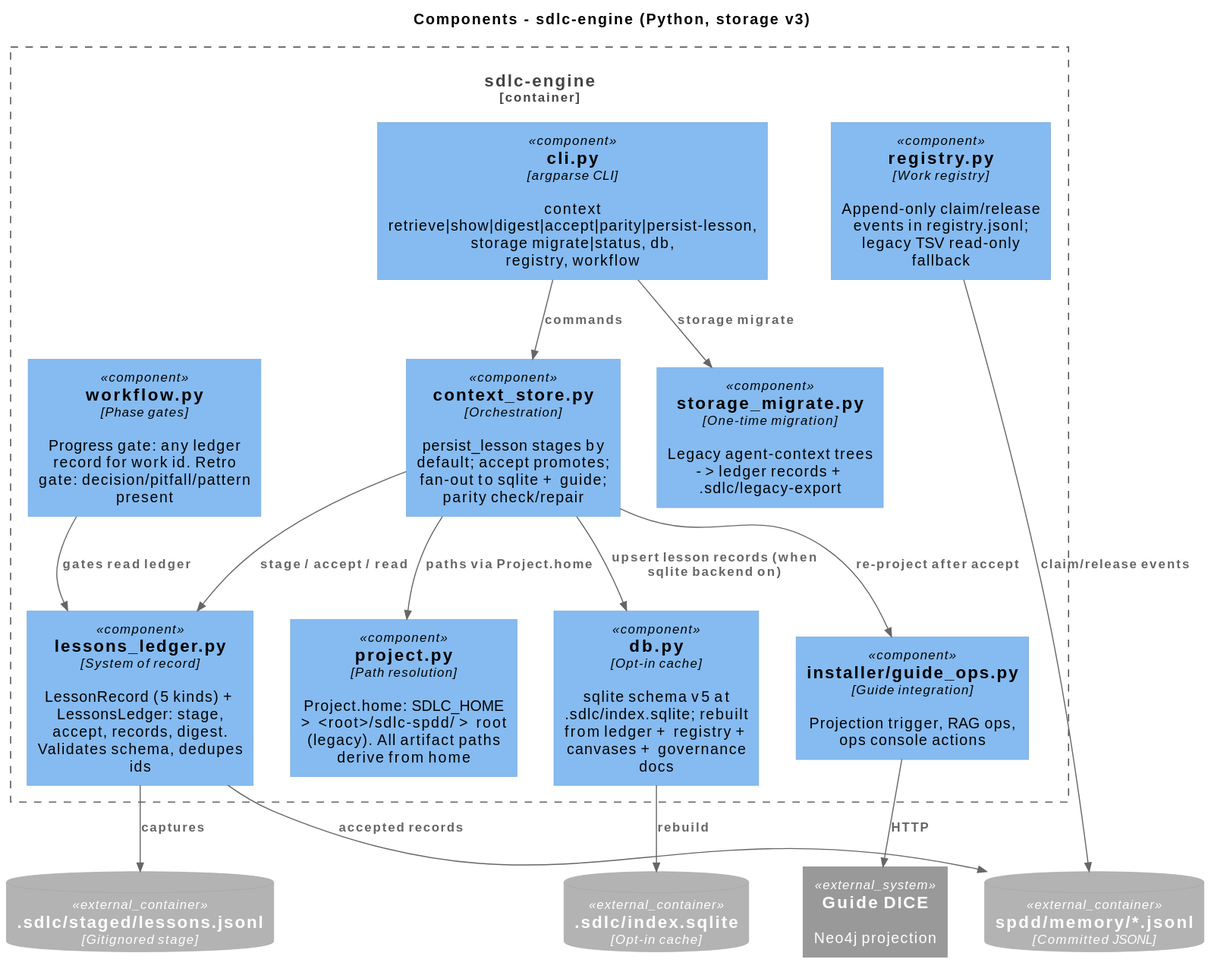
Earlier version of the PlantUML export docs/diagrams/03-component-engine.svg (jmjava/sdlc-spdd-orchestrator).
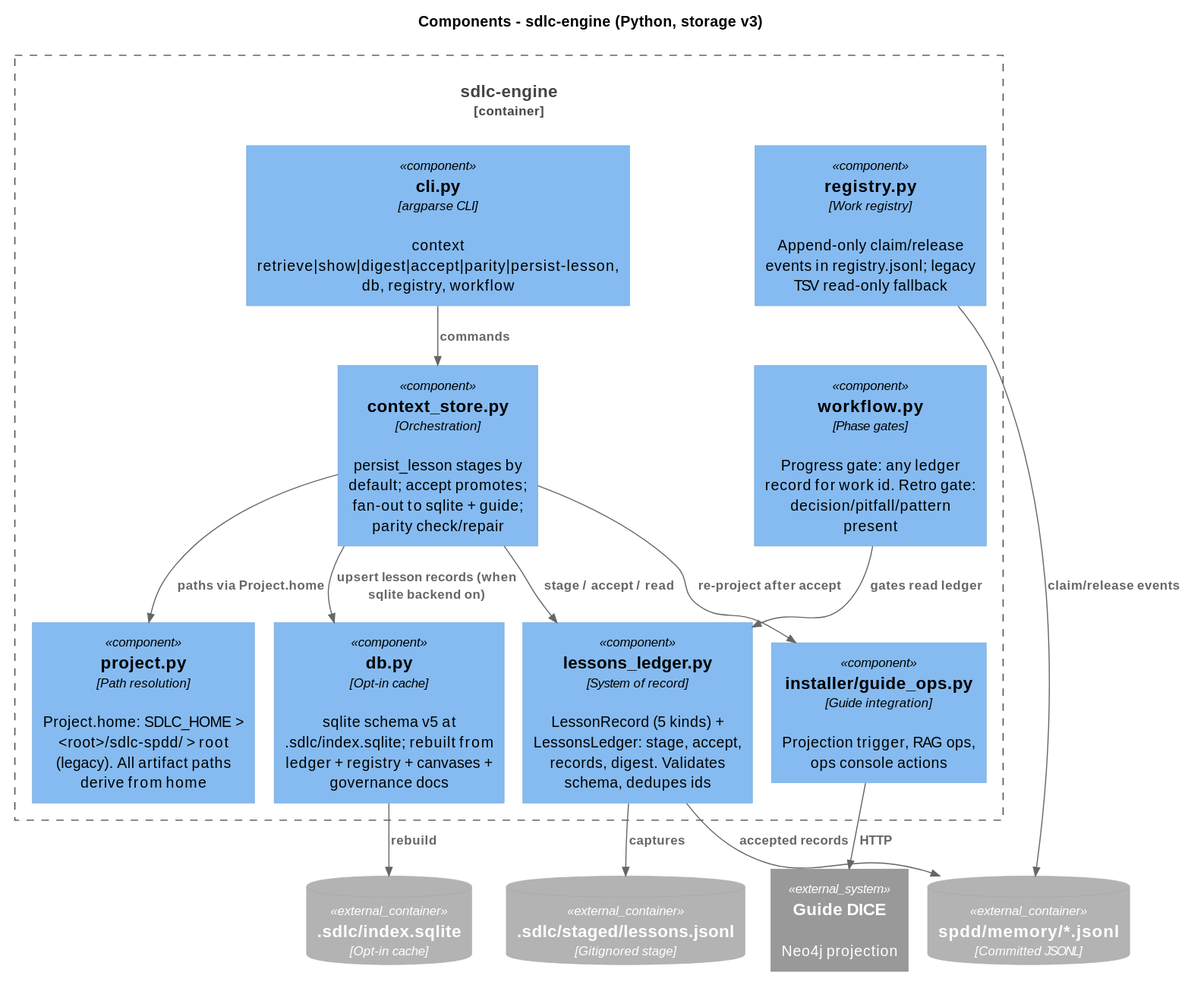
Later version of the same file.

The edit, as a diff of the source:
```diff
@@ -4,13 +4,12 @@
 title Components - sdlc-engine (Python, storage v3)
 
 Container_Boundary(engine, "sdlc-engine") {
-    Component(cli, "cli.py", "argparse CLI", "context retrieve|show|digest|accept|parity|persist-lesson, storage migrate|status, db, registry, workflow")
+    Component(cli, "cli.py", "argparse CLI", "context retrieve|show|digest|accept|parity|persist-lesson, db, registry, workflow")
     Component(project, "project.py", "Path resolution", "Project.home: SDLC_HOME > <root>/sdlc-spdd/ > root (legacy). All artifact paths derive from home")
     Component(ledgermod, "lessons_ledger.py", "System of record", "LessonRecord (5 kinds) + LessonsLedger: stage, accept, records, digest. Validates schema, dedupes ids")
     Component(store, "context_store.py", "Orchestration", "persist_lesson stages by default; accept promotes; fan-out to sqlite + guide; parity check/repair")
     Component(registry, "registry.py", "Work registry", "Append-only claim/release events in registry.jsonl; legacy TSV read-only fallback")
     Component(db, "db.py", "Opt-in cache", "sqlite schema v5 at .sdlc/index.sqlite; rebuilt from ledger + registry + canvases + governance docs")
-    Component(migrate, "storage_migrate.py", "One-time migration", "Legacy agent-context trees -> ledger records + .sdlc/legacy-export")
     Component(workflow, "workflow.py", "Phase gates", "Progress gate: any ledger record for work id. Retro gate: decision/pitfall/pattern present")
     Component(guideops, "installer/guide_ops.py", "Guide integration", "Projection trigger, RAG ops, ops console actions")
 }
@@ -21,7 +20,6 @@
 System_Ext(guide, "Guide DICE", "Neo4j projection")
 
 Rel(cli, store, "commands")
-Rel(cli, migrate, "storage migrate")
 Rel(store, ledgermod, "stage / accept / read")
 Rel(store, db, "upsert lesson records (when sqlite backend on)")
 Rel(store, guideops, "re-project after accept")
```
